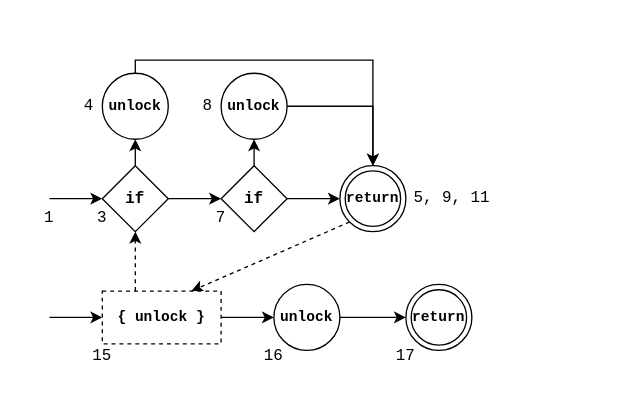
Above: background/figures/annotated-cfg.drawio in andersfischernielsen/Finding-Resource-Manipulation-Bugs-with-Monitor-Automata-on-the-Example-of-the-Linux-Kernel (draw.io), before the change. Source tidied: cells renumbered, new cells numbered last; positions are measured from the earlier drawing's top-left corner, leaving out a move shared by most shapes. Both pictures are drawn from the tidied source at 132%, with x=0, y=0 at pixel (22, 59).
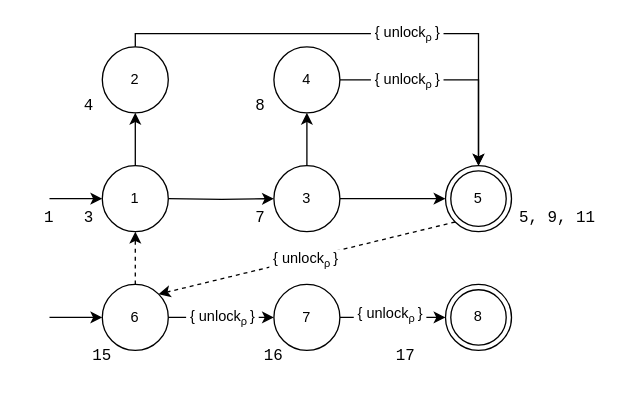
After the change.

The change refers to these unchanged cells:
```xml
<mxCell id="18" style="edgeStyle=none;rounded=0;jettySize=auto;html=1;exitX=1;exitY=0.5;exitDx=0;exitDy=0;entryX=0;entryY=0.5;entryDx=0;entryDy=0;fontFamily=Courier New;fontSize=11;" parent="1" edge="1" source="19" target="21">
  <mxGeometry relative="1" as="geometry" />
</mxCell>
```

What changed in the source:
```diff
@@
-    <mxCell id="2" style="endArrow=classic;html=1;entryX=0;entryY=0.5;entryDx=0;entryDy=0;" parent="1" edge="1" target="5">
+    <mxCell id="2" style="endArrow=classic;html=1;entryX=0;entryY=0.5;entryDx=0;entryDy=0;" parent="1" edge="1">
       <mxGeometry relative="1" as="geometry">
         <mxPoint x="20" y="105" as="sourcePoint" />
+        <mxPoint x="60" y="105" as="targetPoint" />
       </mxGeometry>
     </mxCell>
-    <mxCell id="3" style="edgeStyle=orthogonalEdgeStyle;rounded=0;jettySize=auto;html=1;exitX=1;exitY=0.5;exitDx=0;exitDy=0;entryX=0;entryY=0.5;entryDx=0;entryDy=0;" parent="1" edge="1" source="5" target="8">
-      <mxGeometry relative="1" as="geometry" />
+    <mxCell id="3" style="edgeStyle=orthogonalEdgeStyle;rounded=0;jettySize=auto;html=1;exitX=1;exitY=0.5;exitDx=0;exitDy=0;entryX=0;entryY=0.5;entryDx=0;entryDy=0;" parent="1" edge="1" target="37">
+      <mxGeometry relative="1" as="geometry">
+        <mxPoint x="110" y="105" as="sourcePoint" />
+      </mxGeometry>
     </mxCell>
-    <mxCell id="4" style="rounded=0;jettySize=auto;html=1;exitX=0.5;exitY=1;exitDx=0;exitDy=0;entryX=0.5;entryY=1;entryDx=0;entryDy=0;fontSize=11;" parent="1" edge="1" source="5" target="10">
+    <mxCell id="4" style="rounded=0;jettySize=auto;html=1;exitX=0.5;exitY=0;exitDx=0;exitDy=0;entryX=0.5;entryY=1;entryDx=0;entryDy=0;fontSize=11;" parent="1" edge="1" source="36" target="10">
       <mxGeometry relative="1" as="geometry" />
     </mxCell>
-    <mxCell id="5" value="&lt;font face=&quot;Courier New&quot;&gt;if&lt;/font&gt;" style="rhombus;whiteSpace=wrap;html=1;fontStyle=1;" parent="1" vertex="1">
-      <mxGeometry x="60" y="80" width="50" height="50" as="geometry" />
-    </mxCell>
-    <mxCell id="6" style="edgeStyle=none;rounded=0;jettySize=auto;html=1;exitX=1;exitY=0.5;exitDx=0;exitDy=0;entryX=0;entryY=0.5;entryDx=0;entryDy=0;fontFamily=Courier New;fontSize=11;" parent="1" edge="1" source="8" target="12">
+    <mxCell id="6" style="edgeStyle=none;rounded=0;jettySize=auto;html=1;exitX=1;exitY=0.5;exitDx=0;exitDy=0;entryX=0;entryY=0.5;entryDx=0;entryDy=0;fontFamily=Courier New;fontSize=11;" parent="1" edge="1" source="37" target="12">
       <mxGeometry relative="1" as="geometry" />
     </mxCell>
-    <mxCell id="7" style="edgeStyle=none;rounded=0;jettySize=auto;html=1;exitX=0.5;exitY=1;exitDx=0;exitDy=0;entryX=0.5;entryY=1;entryDx=0;entryDy=0;fontFamily=Courier New;fontSize=11;" parent="1" edge="1" source="8" target="14">
+    <mxCell id="7" style="edgeStyle=none;rounded=0;jettySize=auto;html=1;exitX=0.5;exitY=0;exitDx=0;exitDy=0;entryX=0.5;entryY=1;entryDx=0;entryDy=0;fontFamily=Courier New;fontSize=11;" parent="1" edge="1" source="37" target="14">
       <mxGeometry relative="1" as="geometry" />
     </mxCell>
-    <mxCell id="8" value="&lt;font face=&quot;Courier New&quot;&gt;if&lt;/font&gt;" style="rhombus;whiteSpace=wrap;html=1;fontStyle=1;" parent="1" vertex="1">
-      <mxGeometry x="150" y="80" width="50" height="50" as="geometry" />
-    </mxCell>
     <mxCell id="9" style="edgeStyle=orthogonalEdgeStyle;rounded=0;jettySize=auto;html=1;exitX=0.5;exitY=1;exitDx=0;exitDy=0;entryX=0.5;entryY=0;entryDx=0;entryDy=0;fontFamily=Courier New;fontSize=11;" parent="1" edge="1" source="10" target="12">
       <mxGeometry relative="1" as="geometry">
         <Array as="points">
-          <mxPoint x="85" />
-          <mxPoint x="265" />
+          <mxPoint x="85" y="-20" />
+          <mxPoint x="345" y="-20" />
         </Array>
       </mxGeometry>
     </mxCell>
+    <mxCell id="31" value="&amp;nbsp;{ unlock&lt;span style=&quot;font-size: 10px&quot;&gt;&lt;sub&gt;ρ&amp;nbsp;&lt;/sub&gt;&lt;/span&gt;}&amp;nbsp;" style="edgeLabel;html=1;align=center;verticalAlign=middle;fontFamily=Helvetica;" parent="9" vertex="1">
+      <mxGeometry x="-0.12" y="1" relative="1" as="geometry">
+        <mxPoint x="80.4" as="offset" />
+      </mxGeometry>
+    </mxCell>
-    <mxCell id="10" value="&lt;font face=&quot;Courier New&quot; style=&quot;font-size: 11px;&quot;&gt;unlock&lt;/font&gt;" style="ellipse;whiteSpace=wrap;html=1;fontStyle=1;fontSize=11;" parent="1" vertex="1">
-      <mxGeometry x="60" y="10" width="50" height="50" as="geometry" />
+    <mxCell id="10" value="&lt;span style=&quot;font-weight: normal&quot;&gt;2&lt;/span&gt;" style="ellipse;whiteSpace=wrap;html=1;fontStyle=1;fontSize=11;" parent="1" vertex="1">
+      <mxGeometry x="60" y="-10" width="50" height="50" as="geometry" />
     </mxCell>
-    <mxCell id="11" style="edgeStyle=none;rounded=0;jettySize=auto;html=1;exitX=0;exitY=1;exitDx=0;exitDy=0;entryX=0.75;entryY=0;entryDx=0;entryDy=0;fontFamily=Courier New;fontSize=11;dashed=1;" parent="1" edge="1" source="12" target="17">
+    <mxCell id="11" style="edgeStyle=none;rounded=0;jettySize=auto;html=1;exitX=0;exitY=1;exitDx=0;exitDy=0;entryX=1;entryY=0;entryDx=0;entryDy=0;fontFamily=Courier New;fontSize=11;dashed=1;" parent="1" edge="1" source="12" target="38">
       <mxGeometry relative="1" as="geometry" />
     </mxCell>
+    <mxCell id="32" value="&amp;nbsp;{ unlock&lt;span style=&quot;font-size: 10px&quot;&gt;&lt;sub&gt;ρ&amp;nbsp;&lt;/sub&gt;&lt;/span&gt;}&amp;nbsp;" style="edgeLabel;html=1;align=center;verticalAlign=middle;fontFamily=Helvetica;" parent="11" vertex="1">
+      <mxGeometry x="0.01" relative="1" as="geometry" />
+    </mxCell>
-    <mxCell id="12" value="return" style="ellipse;shape=doubleEllipse;whiteSpace=wrap;html=1;fontSize=11;fontFamily=Courier New;fontStyle=1;" parent="1" vertex="1">
-      <mxGeometry x="240" y="80" width="50" height="50" as="geometry" />
+    <mxCell id="12" value="&lt;span style=&quot;font-weight: normal&quot;&gt;5&lt;/span&gt;" style="ellipse;shape=doubleEllipse;whiteSpace=wrap;html=1;fontSize=11;fontFamily=Helvetica;fontStyle=1;" parent="1" vertex="1">
+      <mxGeometry x="320" y="80" width="50" height="50" as="geometry" />
     </mxCell>
     <mxCell id="13" style="edgeStyle=orthogonalEdgeStyle;rounded=0;jettySize=auto;html=1;exitX=1;exitY=0.5;exitDx=0;exitDy=0;fontFamily=Courier New;fontSize=11;entryX=0.5;entryY=0;entryDx=0;entryDy=0;" parent="1" edge="1" source="14" target="12">
       <mxGeometry relative="1" as="geometry">
         <Array as="points">
-          <mxPoint x="265" y="35" />
+          <mxPoint x="345" y="15" />
         </Array>
       </mxGeometry>
     </mxCell>
+    <mxCell id="33" value="&amp;nbsp;{ unlock&lt;span style=&quot;font-size: 10px&quot;&gt;&lt;sub&gt;ρ&amp;nbsp;&lt;/sub&gt;&lt;/span&gt;}&amp;nbsp;" style="edgeLabel;html=1;align=center;verticalAlign=middle;fontFamily=Helvetica;" parent="13" vertex="1">
+      <mxGeometry x="-0.51" y="1" relative="1" as="geometry">
+        <mxPoint x="8.3" y="1" as="offset" />
+      </mxGeometry>
+    </mxCell>
-    <mxCell id="14" value="&lt;font face=&quot;Courier New&quot; style=&quot;font-size: 11px;&quot;&gt;unlock&lt;/font&gt;" style="ellipse;whiteSpace=wrap;html=1;fontStyle=1;fontSize=11;" parent="1" vertex="1">
-      <mxGeometry x="150" y="10" width="50" height="50" as="geometry" />
+    <mxCell id="14" value="&lt;span style=&quot;font-weight: normal&quot;&gt;4&lt;/span&gt;" style="ellipse;whiteSpace=wrap;html=1;fontStyle=1;fontSize=11;" parent="1" vertex="1">
+      <mxGeometry x="190" y="-10" width="50" height="50" as="geometry" />
     </mxCell>
-    <mxCell id="15" style="edgeStyle=orthogonalEdgeStyle;rounded=0;jettySize=auto;html=1;exitX=1;exitY=0.5;exitDx=0;exitDy=0;entryX=0;entryY=0.5;entryDx=0;entryDy=0;fontFamily=Courier New;fontSize=11;" parent="1" edge="1" source="17" target="19">
+    <mxCell id="15" style="edgeStyle=orthogonalEdgeStyle;rounded=0;jettySize=auto;html=1;exitX=1;exitY=0.5;exitDx=0;exitDy=0;entryX=0;entryY=0.5;entryDx=0;entryDy=0;fontFamily=Courier New;fontSize=11;" parent="1" edge="1" source="38" target="19">
       <mxGeometry relative="1" as="geometry" />
     </mxCell>
+    <mxCell id="34" value="&amp;nbsp;{ unlock&lt;span style=&quot;font-size: 10px&quot;&gt;&lt;sub&gt;ρ&amp;nbsp;&lt;/sub&gt;&lt;/span&gt;}&amp;nbsp;" style="edgeLabel;html=1;align=center;verticalAlign=middle;fontFamily=Helvetica;" parent="15" vertex="1">
+      <mxGeometry x="-0.01" y="1" relative="1" as="geometry" />
+    </mxCell>
-    <mxCell id="16" style="rounded=0;jettySize=auto;html=1;entryX=0.5;entryY=1;entryDx=0;entryDy=0;fontFamily=Courier New;fontSize=11;dashed=1;exitX=0.278;exitY=0;exitDx=0;exitDy=0;exitPerimeter=0;" parent="1" edge="1" source="17" target="5">
-      <mxGeometry relative="1" as="geometry" />
+    <mxCell id="16" style="rounded=0;jettySize=auto;html=1;entryX=0.5;entryY=1;entryDx=0;entryDy=0;fontFamily=Courier New;fontSize=11;dashed=1;exitX=0.5;exitY=0;exitDx=0;exitDy=0;" parent="1" edge="1" source="38">
+      <mxGeometry relative="1" as="geometry">
+        <mxPoint x="85" y="130" as="targetPoint" />
+      </mxGeometry>
     </mxCell>
-    <mxCell id="17" value="{ unlock }" style="rounded=0;whiteSpace=wrap;html=1;fontFamily=Courier New;fontSize=11;dashed=1;fontStyle=1;" parent="1" vertex="1">
-      <mxGeometry x="60" y="175" width="90" height="40" as="geometry" />
-    </mxCell>
@@
+    <mxCell id="35" value="&amp;nbsp;{ unlock&lt;span style=&quot;font-size: 10px&quot;&gt;&lt;sub&gt;ρ&amp;nbsp;&lt;/sub&gt;&lt;/span&gt;}&amp;nbsp;" style="edgeLabel;html=1;align=center;verticalAlign=middle;fontFamily=Helvetica;" parent="18" vertex="1">
+      <mxGeometry x="-0.08" y="3" relative="1" as="geometry" />
+    </mxCell>
-    <mxCell id="19" value="&lt;font face=&quot;Courier New&quot; style=&quot;font-size: 11px;&quot;&gt;unlock&lt;/font&gt;" style="ellipse;whiteSpace=wrap;html=1;fontStyle=1;fontSize=11;" parent="1" vertex="1">
+    <mxCell id="19" value="&lt;font style=&quot;font-size: 11px ; font-weight: normal&quot;&gt;7&lt;/font&gt;" style="ellipse;whiteSpace=wrap;html=1;fontStyle=1;fontSize=11;" parent="1" vertex="1">
       <mxGeometry x="190" y="170" width="50" height="50" as="geometry" />
     </mxCell>
-    <mxCell id="20" style="endArrow=classic;html=1;fontFamily=Courier New;fontSize=11;entryX=0;entryY=0.5;entryDx=0;entryDy=0;" parent="1" edge="1" target="17">
+    <mxCell id="20" style="endArrow=classic;html=1;fontFamily=Courier New;fontSize=11;entryX=0;entryY=0.5;entryDx=0;entryDy=0;" parent="1" edge="1">
       <mxGeometry relative="1" as="geometry">
         <mxPoint x="20" y="195" as="sourcePoint" />
+        <mxPoint x="60" y="195" as="targetPoint" />
       </mxGeometry>
     </mxCell>
-    <mxCell id="21" value="return" style="ellipse;shape=doubleEllipse;whiteSpace=wrap;html=1;fontSize=11;fontFamily=Courier New;fontStyle=1;" parent="1" vertex="1">
-      <mxGeometry x="290" y="170" width="50" height="50" as="geometry" />
+    <mxCell id="21" value="&lt;span style=&quot;font-weight: normal&quot;&gt;&lt;font face=&quot;Helvetica&quot;&gt;8&lt;/font&gt;&lt;/span&gt;" style="ellipse;shape=doubleEllipse;whiteSpace=wrap;html=1;fontSize=11;fontFamily=Courier New;fontStyle=1;" parent="1" vertex="1">
+      <mxGeometry x="320" y="170" width="50" height="50" as="geometry" />
     </mxCell>
@@
     <mxCell id="23" value="3" style="text;html=1;strokeColor=none;fillColor=none;align=center;verticalAlign=middle;whiteSpace=wrap;rounded=0;fontFamily=Courier New;" parent="1" vertex="1">
-      <mxGeometry x="40" y="110" width="40" height="20" as="geometry" />
+      <mxGeometry x="30" y="110" width="40" height="20" as="geometry" />
     </mxCell>
@@
     <mxCell id="25" value="8" style="text;html=1;strokeColor=none;fillColor=none;align=center;verticalAlign=middle;whiteSpace=wrap;rounded=0;fontFamily=Courier New;" parent="1" vertex="1">
-      <mxGeometry x="120" y="25" width="40" height="20" as="geometry" />
+      <mxGeometry x="160" y="25" width="40" height="20" as="geometry" />
     </mxCell>
     <mxCell id="26" value="7" style="text;html=1;strokeColor=none;fillColor=none;align=center;verticalAlign=middle;whiteSpace=wrap;rounded=0;fontFamily=Courier New;" parent="1" vertex="1">
-      <mxGeometry x="130" y="110" width="40" height="20" as="geometry" />
+      <mxGeometry x="160" y="110" width="40" height="20" as="geometry" />
     </mxCell>
     <mxCell id="27" value="5, 9, 11" style="text;html=1;strokeColor=none;fillColor=none;align=center;verticalAlign=middle;whiteSpace=wrap;rounded=0;fontFamily=Courier New;" parent="1" vertex="1">
-      <mxGeometry x="290" y="95" width="70" height="20" as="geometry" />
+      <mxGeometry x="370" y="110" width="70" height="20" as="geometry" />
     </mxCell>
@@
+    <mxCell id="36" value="&lt;span style=&quot;font-weight: normal&quot;&gt;1&lt;/span&gt;" style="ellipse;whiteSpace=wrap;html=1;fontStyle=1;fontSize=11;" parent="1" vertex="1">
+      <mxGeometry x="60" y="80" width="50" height="50" as="geometry" />
+    </mxCell>
+    <mxCell id="37" value="&lt;span style=&quot;font-weight: 400&quot;&gt;3&lt;/span&gt;" style="ellipse;whiteSpace=wrap;html=1;fontStyle=1;fontSize=11;" parent="1" vertex="1">
+      <mxGeometry x="190" y="80" width="50" height="50" as="geometry" />
+    </mxCell>
+    <mxCell id="38" value="&lt;span style=&quot;font-weight: normal&quot;&gt;6&lt;/span&gt;" style="ellipse;whiteSpace=wrap;html=1;fontStyle=1;fontSize=11;" parent="1" vertex="1">
+      <mxGeometry x="60" y="170" width="50" height="50" as="geometry" />
+    </mxCell>
```
